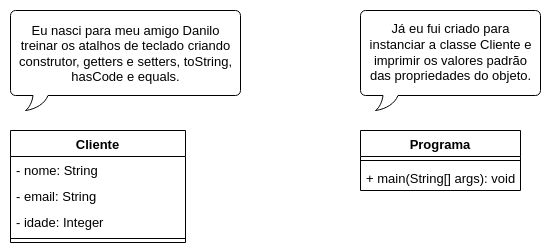
DaniloTC/assets keeps this draw.io diagram as Atalhos.png. Above is the earlier version. Source tidied: cells renumbered, new cells last; positions are measured from the earlier drawing's top-left corner, leaving out a move shared by most shapes.
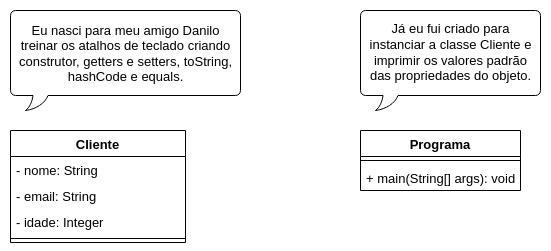
The same file after the commit.

Commit message:
Atualizando texto de hasCode para hashCode

What changed in the source:
```diff
@@ -32,7 +32,7 @@
     <mxCell id="11" style="whiteSpace=wrap;html=1;shape=mxgraph.basic.roundRectCallout;dx=30;dy=15;size=5;boundedLbl=1;rounded=0;shadow=0;glass=0;labelBackgroundColor=none;labelBorderColor=none;sketch=0;strokeColor=default;fontSize=13;fontColor=default;fillColor=default;gradientColor=none;" parent="1" vertex="1">
       <mxGeometry x="10" y="10" width="230" height="100" as="geometry" />
     </mxCell>
-    <mxCell id="12" value="&lt;br style=&quot;font-size: 13px;&quot;&gt;Eu nasci&amp;nbsp;para meu amigo Danilo treinar os atalhos de teclado criando construtor, getters e&amp;nbsp;setters, toString, hasCode e equals." style="text;html=1;strokeColor=none;fillColor=none;spacing=5;spacingTop=-20;whiteSpace=wrap;overflow=hidden;rounded=0;fontSize=13;fontColor=default;fontStyle=0;align=center;" parent="1" vertex="1">
+    <mxCell id="12" value="&lt;br style=&quot;font-size: 13px;&quot;&gt;Eu nasci&amp;nbsp;para meu amigo Danilo treinar os atalhos de teclado criando construtor, getters e&amp;nbsp;setters, toString, hashCode e equals." style="text;html=1;strokeColor=none;fillColor=none;spacing=5;spacingTop=-20;whiteSpace=wrap;overflow=hidden;rounded=0;fontSize=13;fontColor=default;fontStyle=0;align=center;" parent="1" vertex="1">
       <mxGeometry x="12.5" y="16.5" width="225" height="71" as="geometry" />
     </mxCell>
     <mxCell id="13" value="Já eu fui criado para instanciar a classe Cliente e imprimir os valores padrão das propriedades do objeto." style="text;html=1;strokeColor=none;fillColor=none;align=center;verticalAlign=middle;whiteSpace=wrap;rounded=0;fontSize=13;fontColor=default;" parent="1" vertex="1">
```
